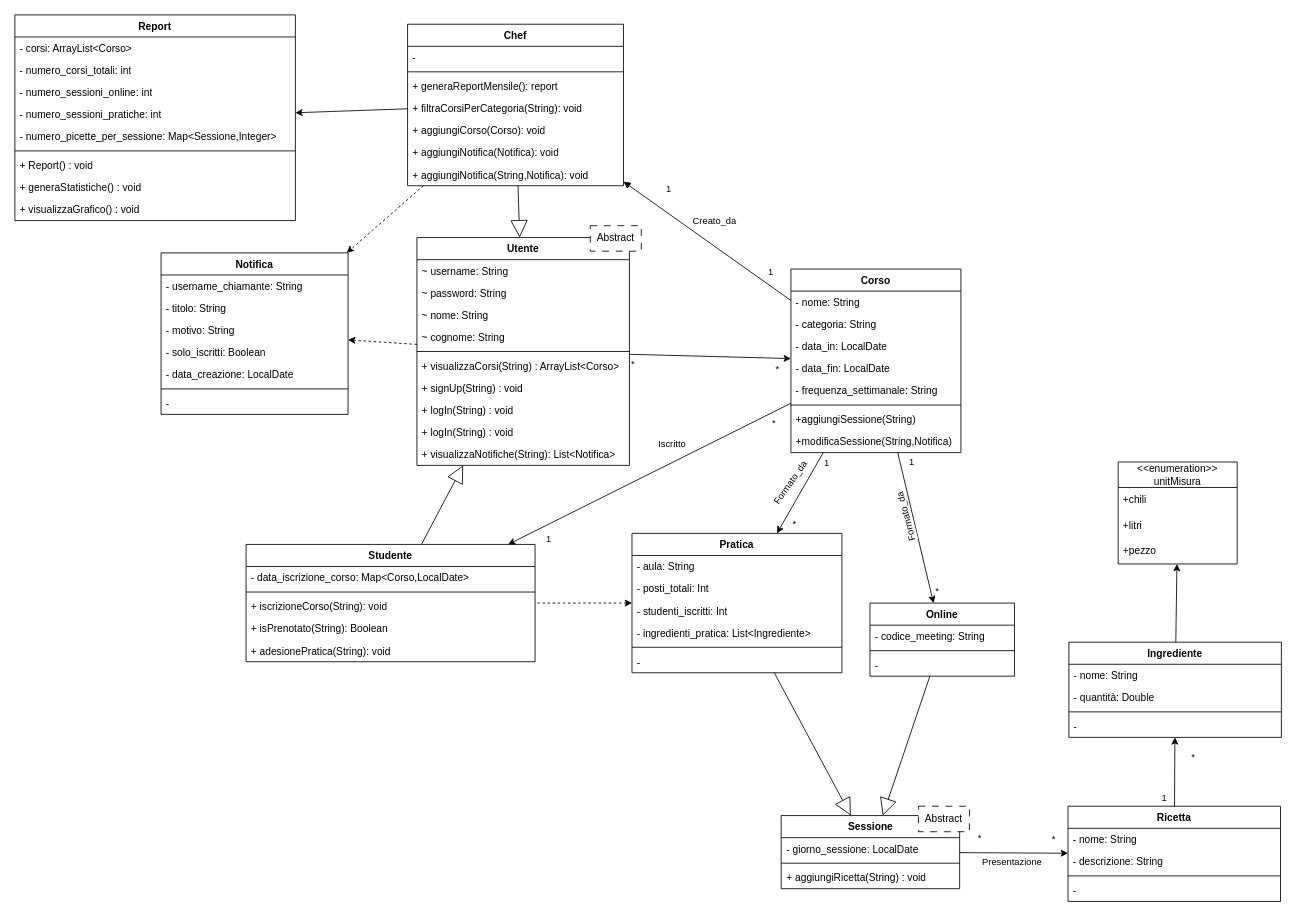
This is page "Model" (2 of 2) of obj/uml/UML1.drawio from MetisWastaken/UninaFoodLab, a draw.io file, before an edit. Source tidied: cells renumbered, new cells numbered last; positions are measured from the earlier drawing's top-left corner, leaving out a move shared by most shapes. Both pictures are drawn from the tidied source at 85%, with x=0, y=0 at pixel (14, 14).
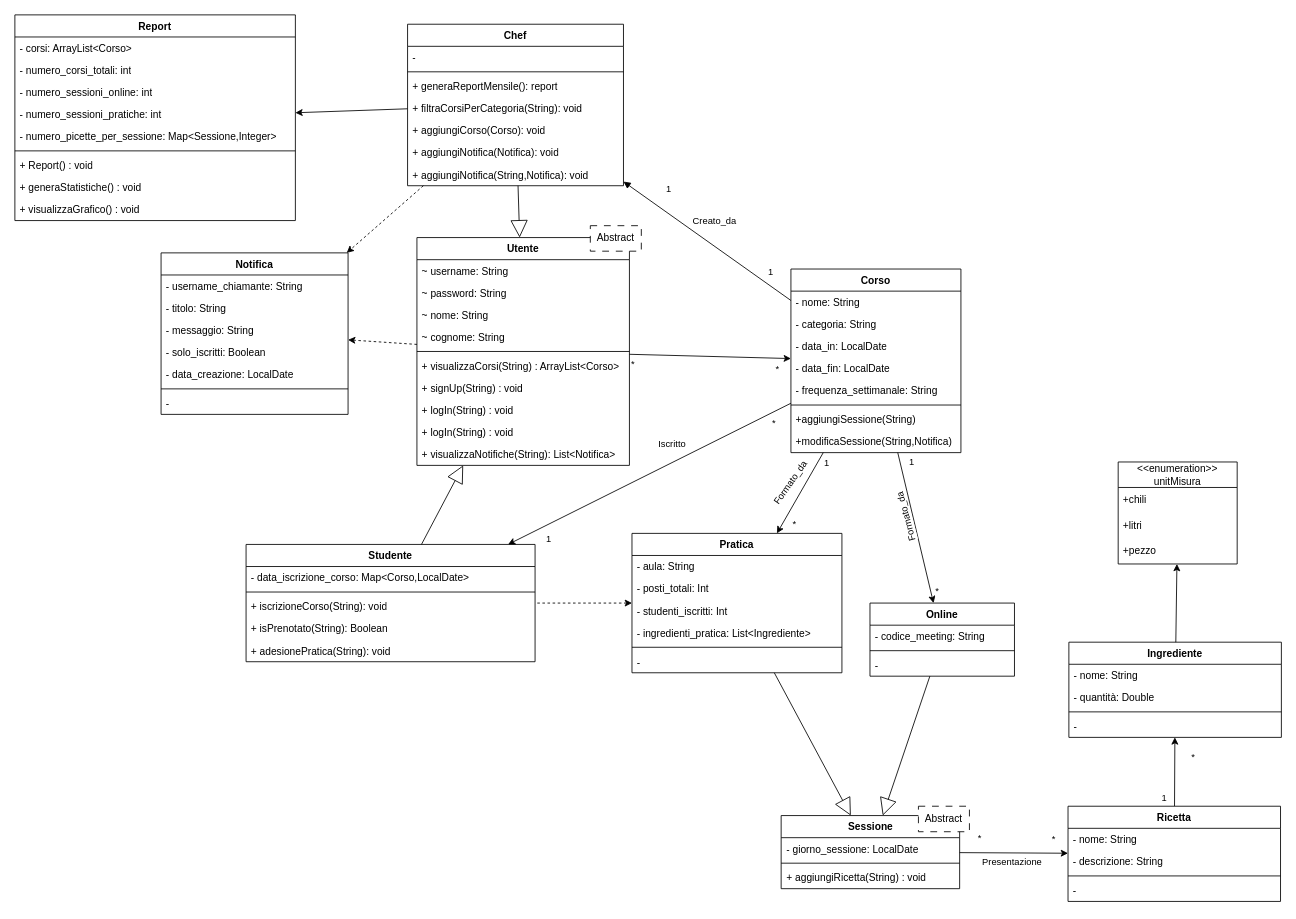
The same diagram, later.

The change refers to these unchanged cells:
```xml
<mxCell id="111" value="Notifica" style="swimlane;align=center;verticalAlign=top;horizontal=1;startSize=26;whiteSpace=wrap;html=1;" parent="1" vertex="1">
  <mxGeometry x="172" y="280" width="220" height="190" as="geometry" />
</mxCell>
```

Diff of the diagram source:
```diff
@@
-    <mxCell id="114" value="- motivo: String" style="text;strokeColor=none;fillColor=none;align=left;verticalAlign=top;spacingLeft=4;spacingRight=4;overflow=hidden;whiteSpace=wrap;html=1;" parent="111" vertex="1">
+    <mxCell id="114" value="- messaggio: String" style="text;strokeColor=none;fillColor=none;align=left;verticalAlign=top;spacingLeft=4;spacingRight=4;overflow=hidden;whiteSpace=wrap;html=1;" parent="111" vertex="1">
       <mxGeometry y="78" width="220" height="26" as="geometry" />
     </mxCell>
```
